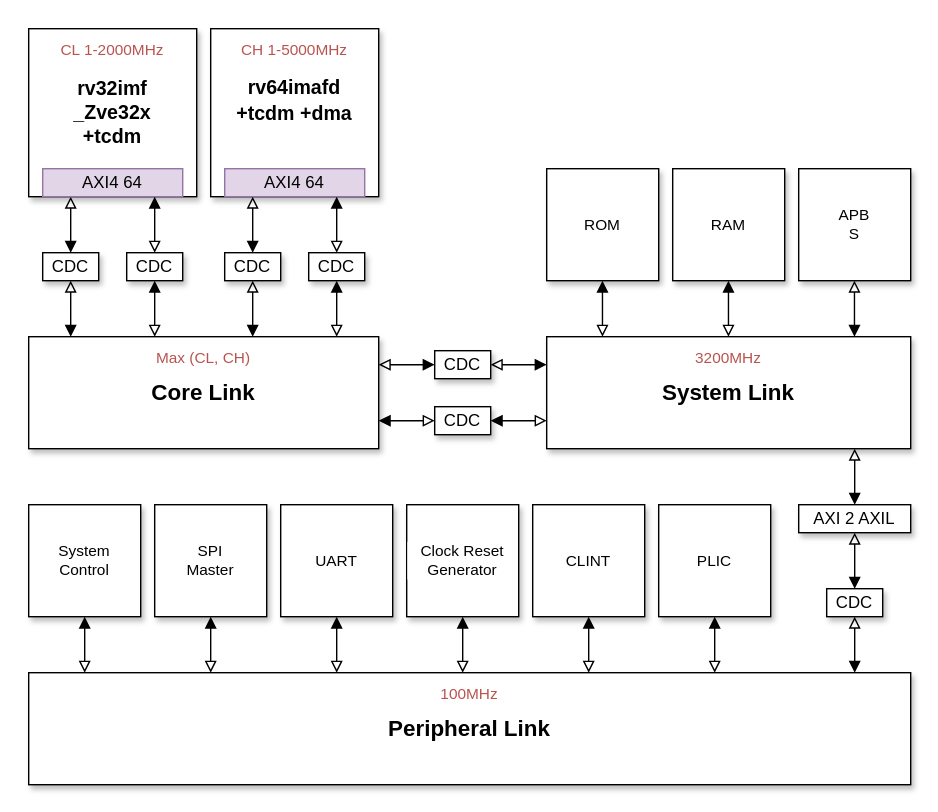
Before: document/svg/detailed.svg, a diagram exported from draw.io (TecknozBD/Hyper-Titan). Source tidied: cells renumbered, new cells last; positions are measured from the earlier drawing's top-left corner, leaving out a move shared by most shapes.
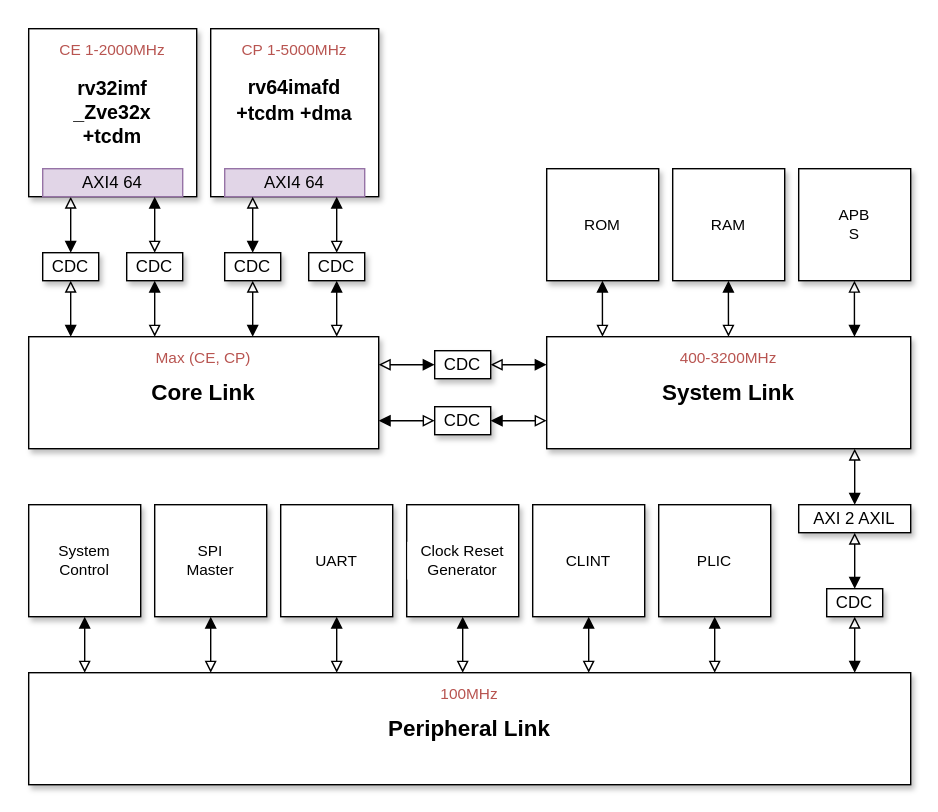
After the commit.

Change to the diagram source:
```diff
@@ -254,19 +254,19 @@
       </mxGeometry>
     </mxCell>
     <mxCell id="51" value="CLK RST" parent="0" />
-    <mxCell id="52" value="CL 1-2000MHz" style="text;html=1;whiteSpace=wrap;strokeColor=none;fillColor=none;align=center;verticalAlign=middle;rounded=0;fontFamily=Helvetica;fontSize=11;labelBackgroundColor=default;fontColor=#B85450;" parent="51" vertex="1">
+    <mxCell id="52" value="CE 1-2000MHz" style="text;html=1;whiteSpace=wrap;strokeColor=none;fillColor=none;align=center;verticalAlign=middle;rounded=0;fontFamily=Helvetica;fontSize=11;labelBackgroundColor=default;fontColor=#B85450;" parent="51" vertex="1">
       <mxGeometry x="20" y="20" width="120" height="30" as="geometry" />
     </mxCell>
-    <mxCell id="53" value="CH 1-5000MHz" style="text;html=1;whiteSpace=wrap;strokeColor=none;fillColor=none;align=center;verticalAlign=middle;rounded=0;fontFamily=Helvetica;fontSize=11;labelBackgroundColor=default;fontColor=#B85450;" parent="51" vertex="1">
+    <mxCell id="53" value="CP 1-5000MHz" style="text;html=1;whiteSpace=wrap;strokeColor=none;fillColor=none;align=center;verticalAlign=middle;rounded=0;fontFamily=Helvetica;fontSize=11;labelBackgroundColor=default;fontColor=#B85450;" parent="51" vertex="1">
       <mxGeometry x="150" y="20" width="120" height="30" as="geometry" />
     </mxCell>
-    <mxCell id="54" value="3200MHz" style="text;html=1;whiteSpace=wrap;strokeColor=none;fillColor=none;align=center;verticalAlign=middle;rounded=0;fontFamily=Helvetica;fontSize=11;labelBackgroundColor=default;fontColor=#B85450;" parent="51" vertex="1">
+    <mxCell id="54" value="400-3200MHz" style="text;html=1;whiteSpace=wrap;strokeColor=none;fillColor=none;align=center;verticalAlign=middle;rounded=0;fontFamily=Helvetica;fontSize=11;labelBackgroundColor=default;fontColor=#B85450;" parent="51" vertex="1">
       <mxGeometry x="390" y="240" width="260" height="30" as="geometry" />
     </mxCell>
     <mxCell id="55" value="100MHz" style="text;html=1;whiteSpace=wrap;strokeColor=none;fillColor=none;align=center;verticalAlign=middle;rounded=0;fontFamily=Helvetica;fontSize=11;labelBackgroundColor=default;fontColor=#B85450;" parent="51" vertex="1">
       <mxGeometry x="20" y="480" width="630" height="30" as="geometry" />
     </mxCell>
-    <mxCell id="56" value="Max (CL, CH)" style="text;html=1;whiteSpace=wrap;strokeColor=none;fillColor=none;align=center;verticalAlign=middle;rounded=0;fontFamily=Helvetica;fontSize=11;labelBackgroundColor=default;fontColor=#B85450;" parent="51" vertex="1">
+    <mxCell id="56" value="Max (CE, CP)" style="text;html=1;whiteSpace=wrap;strokeColor=none;fillColor=none;align=center;verticalAlign=middle;rounded=0;fontFamily=Helvetica;fontSize=11;labelBackgroundColor=default;fontColor=#B85450;" parent="51" vertex="1">
       <mxGeometry x="20" y="240" width="250" height="30" as="geometry" />
     </mxCell>
   </root>
```
